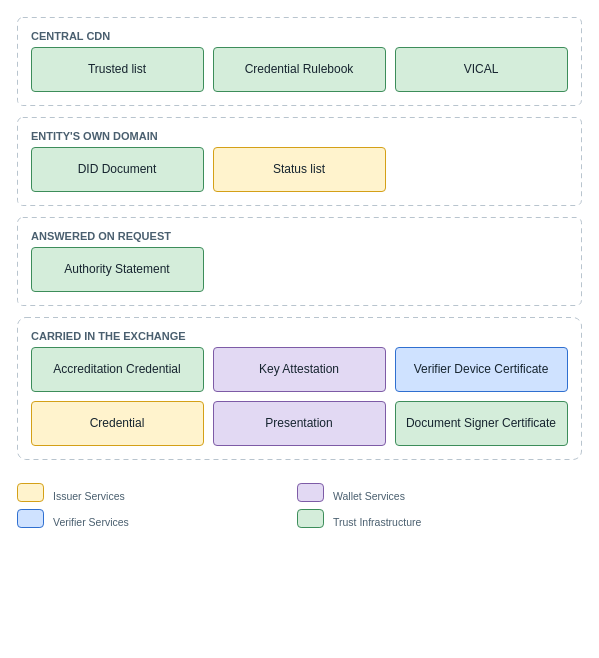
Above: images/architecture-framework/data-model-and-protocols/where-artifacts-live.drawio in id-verifiable-credential-dev/id-doc-idctf (draw.io), before the change. Source tidied: cells renumbered, new cells numbered last; positions are measured from the earlier drawing's top-left corner, leaving out a move shared by most shapes. Both pictures are drawn from the tidied source at 100%, with x=0, y=0 at pixel (17, 17).
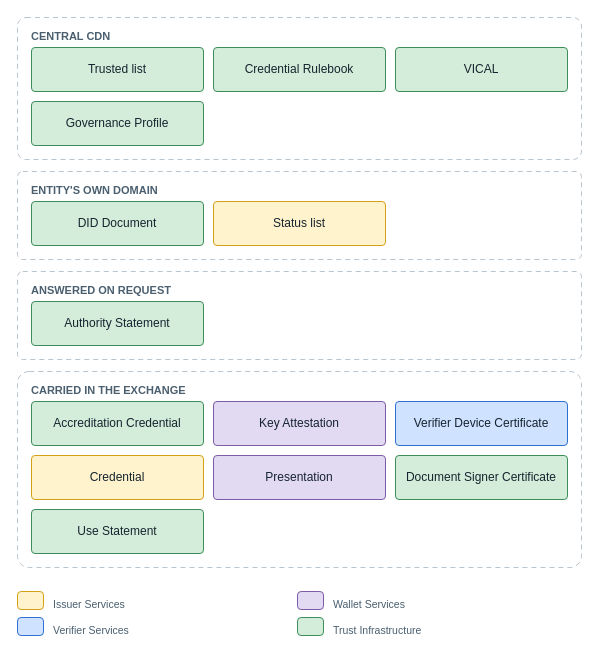
After the change.

Diff of the diagram source:
```diff
@@
     <mxCell id="2" value="CENTRAL CDN" style="rounded=1;arcSize=6;fillColor=none;strokeColor=#b8c4ce;dashed=1;dashPattern=5 4;verticalAlign=top;align=left;spacingLeft=12;spacingTop=6;fontSize=11;fontStyle=1;fontColor=#4a5f6f;html=1;" parent="1" vertex="1">
-      <mxGeometry width="564" height="88" as="geometry" />
+      <mxGeometry width="564" height="142" as="geometry" />
     </mxCell>
@@
     <mxCell id="6" value="ENTITY'S OWN DOMAIN" style="rounded=1;arcSize=6;fillColor=none;strokeColor=#b8c4ce;dashed=1;dashPattern=5 4;verticalAlign=top;align=left;spacingLeft=12;spacingTop=6;fontSize=11;fontStyle=1;fontColor=#4a5f6f;html=1;" parent="1" vertex="1">
-      <mxGeometry y="100" width="564" height="88" as="geometry" />
+      <mxGeometry y="154" width="564" height="88" as="geometry" />
     </mxCell>
     <mxCell id="7" value="DID Document" style="rounded=1;arcSize=8;fillColor=#d4edda;strokeColor=#3c8d5a;fontSize=12;fontColor=#16242f;html=1;whiteSpace=wrap;verticalAlign=middle;" parent="1" vertex="1">
-      <mxGeometry x="14" y="130" width="172" height="44" as="geometry" />
+      <mxGeometry x="14" y="184" width="172" height="44" as="geometry" />
     </mxCell>
     <mxCell id="8" value="Status list" style="rounded=1;arcSize=8;fillColor=#fff3cd;strokeColor=#d4a017;fontSize=12;fontColor=#16242f;html=1;whiteSpace=wrap;verticalAlign=middle;" parent="1" vertex="1">
-      <mxGeometry x="196" y="130" width="172" height="44" as="geometry" />
+      <mxGeometry x="196" y="184" width="172" height="44" as="geometry" />
     </mxCell>
     <mxCell id="9" value="ANSWERED ON REQUEST" style="rounded=1;arcSize=6;fillColor=none;strokeColor=#b8c4ce;dashed=1;dashPattern=5 4;verticalAlign=top;align=left;spacingLeft=12;spacingTop=6;fontSize=11;fontStyle=1;fontColor=#4a5f6f;html=1;" parent="1" vertex="1">
-      <mxGeometry y="200" width="564" height="88" as="geometry" />
+      <mxGeometry y="254" width="564" height="88" as="geometry" />
     </mxCell>
     <mxCell id="10" value="Authority Statement" style="rounded=1;arcSize=8;fillColor=#d4edda;strokeColor=#3c8d5a;fontSize=12;fontColor=#16242f;html=1;whiteSpace=wrap;verticalAlign=middle;" parent="1" vertex="1">
-      <mxGeometry x="14" y="230" width="172" height="44" as="geometry" />
+      <mxGeometry x="14" y="284" width="172" height="44" as="geometry" />
     </mxCell>
     <mxCell id="11" value="CARRIED IN THE EXCHANGE" style="rounded=1;arcSize=6;fillColor=none;strokeColor=#b8c4ce;dashed=1;dashPattern=5 4;verticalAlign=top;align=left;spacingLeft=12;spacingTop=6;fontSize=11;fontStyle=1;fontColor=#4a5f6f;html=1;" parent="1" vertex="1">
-      <mxGeometry y="300" width="564" height="142" as="geometry" />
+      <mxGeometry y="354" width="564" height="196" as="geometry" />
     </mxCell>
     <mxCell id="12" value="Accreditation Credential" style="rounded=1;arcSize=8;fillColor=#d4edda;strokeColor=#3c8d5a;fontSize=12;fontColor=#16242f;html=1;whiteSpace=wrap;verticalAlign=middle;" parent="1" vertex="1">
-      <mxGeometry x="14" y="330" width="172" height="44" as="geometry" />
+      <mxGeometry x="14" y="384" width="172" height="44" as="geometry" />
     </mxCell>
     <mxCell id="13" value="Key Attestation" style="rounded=1;arcSize=8;fillColor=#e2d9f3;strokeColor=#7d5ba6;fontSize=12;fontColor=#16242f;html=1;whiteSpace=wrap;verticalAlign=middle;" parent="1" vertex="1">
-      <mxGeometry x="196" y="330" width="172" height="44" as="geometry" />
+      <mxGeometry x="196" y="384" width="172" height="44" as="geometry" />
     </mxCell>
     <mxCell id="14" value="Verifier Device Certificate" style="rounded=1;arcSize=8;fillColor=#cfe2ff;strokeColor=#2f6fd0;fontSize=12;fontColor=#16242f;html=1;whiteSpace=wrap;verticalAlign=middle;" parent="1" vertex="1">
-      <mxGeometry x="378" y="330" width="172" height="44" as="geometry" />
+      <mxGeometry x="378" y="384" width="172" height="44" as="geometry" />
     </mxCell>
     <mxCell id="15" value="Credential" style="rounded=1;arcSize=8;fillColor=#fff3cd;strokeColor=#d4a017;fontSize=12;fontColor=#16242f;html=1;whiteSpace=wrap;verticalAlign=middle;" parent="1" vertex="1">
-      <mxGeometry x="14" y="384" width="172" height="44" as="geometry" />
+      <mxGeometry x="14" y="438" width="172" height="44" as="geometry" />
     </mxCell>
     <mxCell id="16" value="Presentation" style="rounded=1;arcSize=8;fillColor=#e2d9f3;strokeColor=#7d5ba6;fontSize=12;fontColor=#16242f;html=1;whiteSpace=wrap;verticalAlign=middle;" parent="1" vertex="1">
-      <mxGeometry x="196" y="384" width="172" height="44" as="geometry" />
+      <mxGeometry x="196" y="438" width="172" height="44" as="geometry" />
     </mxCell>
     <mxCell id="17" value="Document Signer Certificate" style="rounded=1;arcSize=8;fillColor=#d4edda;strokeColor=#3c8d5a;fontSize=12;fontColor=#16242f;html=1;whiteSpace=wrap;verticalAlign=middle;" parent="1" vertex="1">
-      <mxGeometry x="378" y="384" width="172" height="44" as="geometry" />
+      <mxGeometry x="378" y="438" width="172" height="44" as="geometry" />
     </mxCell>
+    <mxCell id="26" value="Governance Profile" style="rounded=1;arcSize=8;fillColor=#d4edda;strokeColor=#3c8d5a;fontSize=12;fontColor=#16242f;html=1;whiteSpace=wrap;verticalAlign=middle;" parent="1" vertex="1">
+      <mxGeometry x="14" y="84" width="172" height="44" as="geometry" />
+    </mxCell>
+    <mxCell id="27" value="Use Statement" style="rounded=1;arcSize=8;fillColor=#d4edda;strokeColor=#3c8d5a;fontSize=12;fontColor=#16242f;html=1;whiteSpace=wrap;verticalAlign=middle;" parent="1" vertex="1">
+      <mxGeometry x="14" y="492" width="172" height="44" as="geometry" />
+    </mxCell>
     <mxCell id="18" style="rounded=1;arcSize=20;fillColor=#fff3cd;strokeColor=#d4a017;fontSize=12;fontStyle=1;fontColor=#16242f;html=1;" parent="1" vertex="1">
-      <mxGeometry y="466" width="26" height="18" as="geometry" />
+      <mxGeometry y="574" width="26" height="18" as="geometry" />
     </mxCell>
     <mxCell id="19" value="Issuer Services" style="text;html=1;strokeColor=none;fillColor=none;align=left;verticalAlign=middle;fontSize=10.5;fontColor=#4a5f6f;fontStyle=0;" parent="1" vertex="1">
-      <mxGeometry x="34" y="469" width="220" height="20" as="geometry" />
+      <mxGeometry x="34" y="577" width="220" height="20" as="geometry" />
     </mxCell>
     <mxCell id="20" style="rounded=1;arcSize=20;fillColor=#e2d9f3;strokeColor=#7d5ba6;fontSize=12;fontStyle=1;fontColor=#16242f;html=1;" parent="1" vertex="1">
-      <mxGeometry x="280" y="466" width="26" height="18" as="geometry" />
+      <mxGeometry x="280" y="574" width="26" height="18" as="geometry" />
     </mxCell>
     <mxCell id="21" value="Wallet Services" style="text;html=1;strokeColor=none;fillColor=none;align=left;verticalAlign=middle;fontSize=10.5;fontColor=#4a5f6f;fontStyle=0;" parent="1" vertex="1">
-      <mxGeometry x="314" y="469" width="220" height="20" as="geometry" />
+      <mxGeometry x="314" y="577" width="220" height="20" as="geometry" />
     </mxCell>
     <mxCell id="22" style="rounded=1;arcSize=20;fillColor=#cfe2ff;strokeColor=#2f6fd0;fontSize=12;fontStyle=1;fontColor=#16242f;html=1;" parent="1" vertex="1">
-      <mxGeometry y="492" width="26" height="18" as="geometry" />
+      <mxGeometry y="600" width="26" height="18" as="geometry" />
     </mxCell>
     <mxCell id="23" value="Verifier Services" style="text;html=1;strokeColor=none;fillColor=none;align=left;verticalAlign=middle;fontSize=10.5;fontColor=#4a5f6f;fontStyle=0;" parent="1" vertex="1">
-      <mxGeometry x="34" y="495" width="220" height="20" as="geometry" />
+      <mxGeometry x="34" y="603" width="220" height="20" as="geometry" />
     </mxCell>
     <mxCell id="24" style="rounded=1;arcSize=20;fillColor=#d4edda;strokeColor=#3c8d5a;fontSize=12;fontStyle=1;fontColor=#16242f;html=1;" parent="1" vertex="1">
-      <mxGeometry x="280" y="492" width="26" height="18" as="geometry" />
+      <mxGeometry x="280" y="600" width="26" height="18" as="geometry" />
     </mxCell>
     <mxCell id="25" value="Trust Infrastructure" style="text;html=1;strokeColor=none;fillColor=none;align=left;verticalAlign=middle;fontSize=10.5;fontColor=#4a5f6f;fontStyle=0;" parent="1" vertex="1">
-      <mxGeometry x="314" y="495" width="220" height="20" as="geometry" />
+      <mxGeometry x="314" y="603" width="220" height="20" as="geometry" />
     </mxCell>
```
